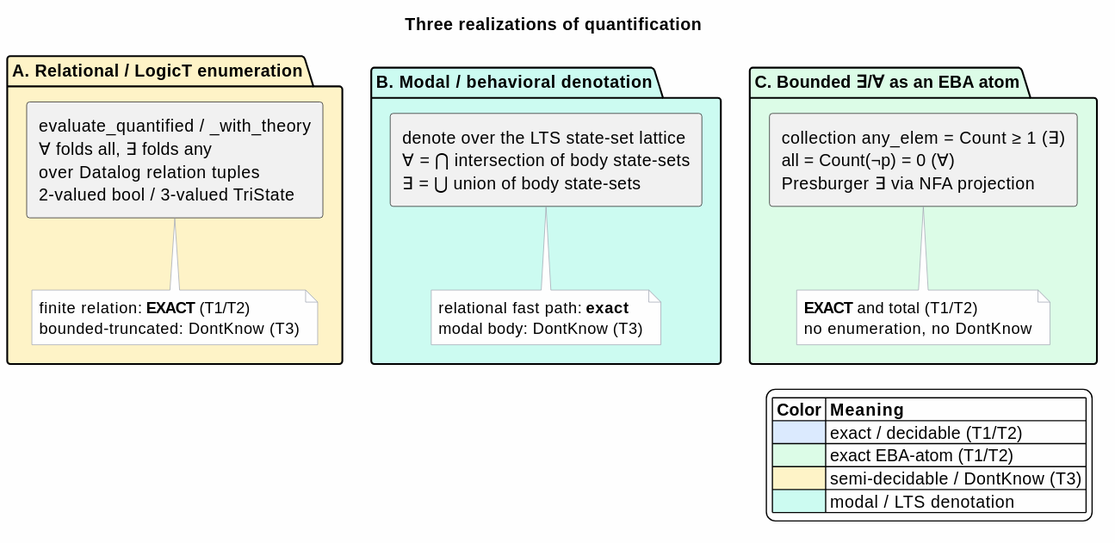
The PlantUML diagram docs/architecture/semantic-predicates/figures/14-three-realizations.svg in F1R3FLY-io/mettail-rust, before a commit. The source it was exported from:
```plantuml
@startuml
skinparam backgroundColor #FEFEFE
skinparam shadowing false
skinparam ArrowColor #374151
skinparam componentStyle rectangle
skinparam NoteBackgroundColor #FEFEFE
skinparam NoteBorderColor #9CA3AF

title Three realizations of quantification

package "A. Relational / LogicT enumeration" #FEF3C7 {
  component "evaluate_quantified / _with_theory\n∀ folds all, ∃ folds any\nover Datalog relation tuples\n2-valued bool / 3-valued TriState" as A
  note bottom of A
    finite relation: **EXACT** (T1/T2)
    bounded-truncated: DontKnow (T3)
  end note
}

package "B. Modal / behavioral denotation" #CCFBF1 {
  component "denote over the LTS state-set lattice\n∀ = ⋂ intersection of body state-sets\n∃ = ⋃ union of body state-sets" as B
  note bottom of B
    relational fast path: **exact**
    modal body: DontKnow (T3)
  end note
}

package "C. Bounded ∃/∀ as an EBA atom" #DCFCE7 {
  component "collection any_elem = Count ≥ 1  (∃)\nall = Count(¬p) = 0  (∀)\nPresburger ∃ via NFA projection" as C
  note bottom of C
    **EXACT** and total (T1/T2)
    no enumeration, no DontKnow
  end note
}

A -[hidden]right- B
B -[hidden]right- C

legend right
  |= Color |= Meaning |
  |<#DBEAFE>   | exact / decidable (T1/T2) |
  |<#DCFCE7>   | exact EBA-atom (T1/T2) |
  |<#FEF3C7>   | semi-decidable / DontKnow (T3) |
  |<#CCFBF1>   | modal / LTS denotation |
endlegend
@enduml
```
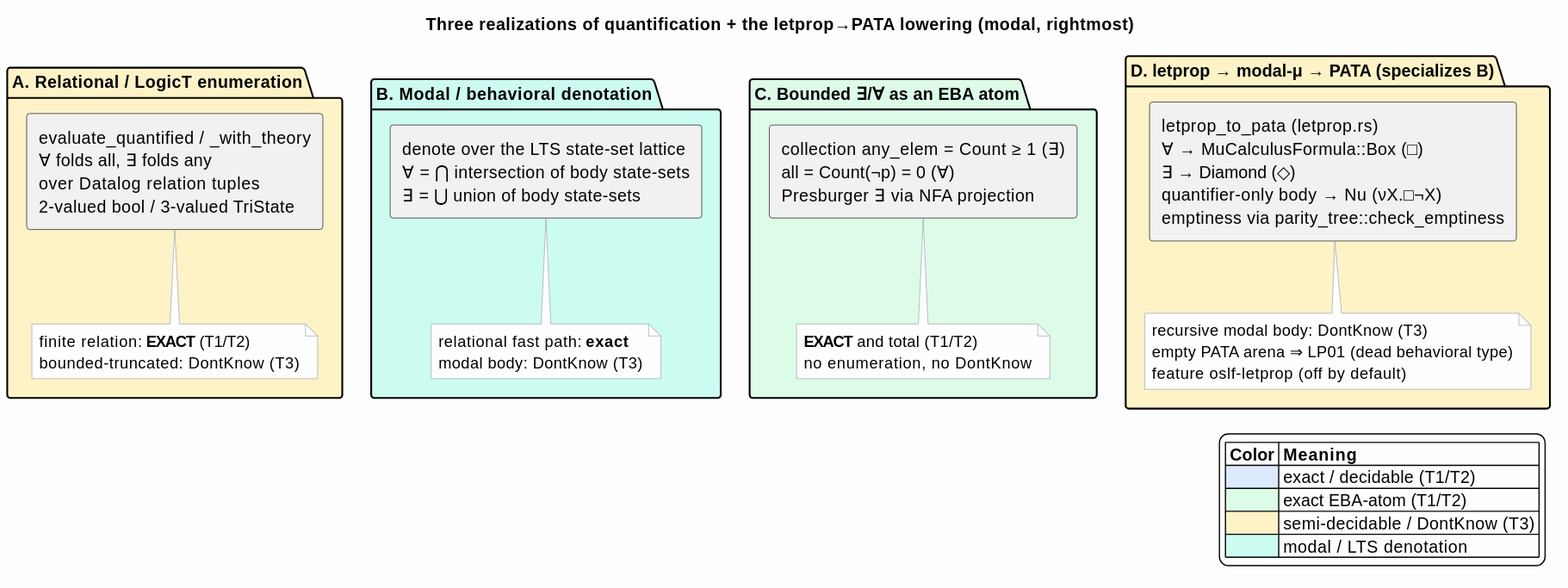
After the change.

Change to the diagram source:
```diff
@@ -6,7 +6,7 @@
 skinparam NoteBackgroundColor #FEFEFE
 skinparam NoteBorderColor #9CA3AF
 
-title Three realizations of quantification
+title Three realizations of quantification + the letprop→PATA lowering (modal, rightmost)
 
 package "A. Relational / LogicT enumeration" #FEF3C7 {
   component "evaluate_quantified / _with_theory\n∀ folds all, ∃ folds any\nover Datalog relation tuples\n2-valued bool / 3-valued TriState" as A
@@ -32,8 +32,18 @@
   end note
 }
 
+package "D. letprop → modal-μ → PATA (specializes B)" #FEF3C7 {
+  component "letprop_to_pata (letprop.rs)\n∀ → MuCalculusFormula::Box (□)\n∃ → Diamond (◇)\nquantifier-only body → Nu (νX.□¬X)\nemptiness via parity_tree::check_emptiness" as D
+  note bottom of D
+    recursive modal body: DontKnow (T3)
+    empty PATA arena ⇒ LP01 (dead behavioral type)
+    feature oslf-letprop (off by default)
+  end note
+}
+
 A -[hidden]right- B
 B -[hidden]right- C
+C -[hidden]right- D
 
 legend right
   |= Color |= Meaning |
```
